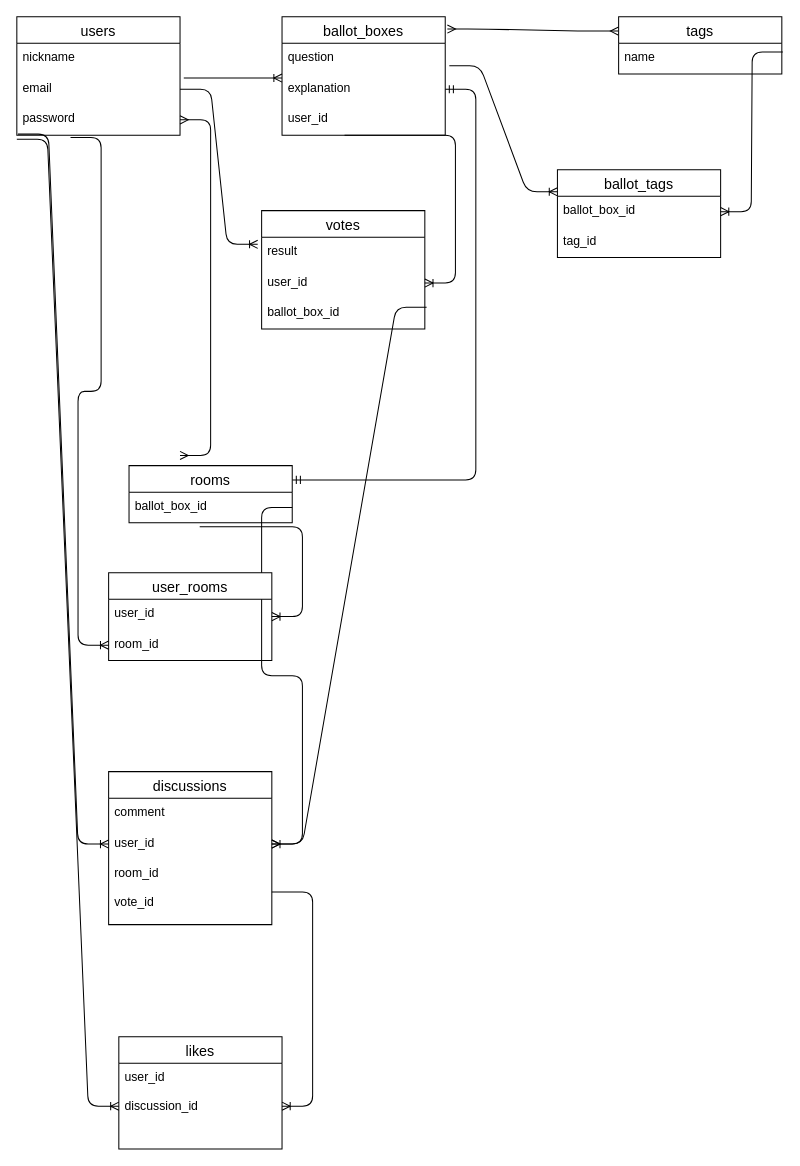
Above: ER.dio in wwwyo/proscons (draw.io), before the change. Source tidied: cells renumbered, new cells numbered last; positions are measured from the earlier drawing's top-left corner, leaving out a move shared by most shapes. Both pictures are drawn from the tidied source at 102%, with x=0, y=0 at pixel (16, 16).
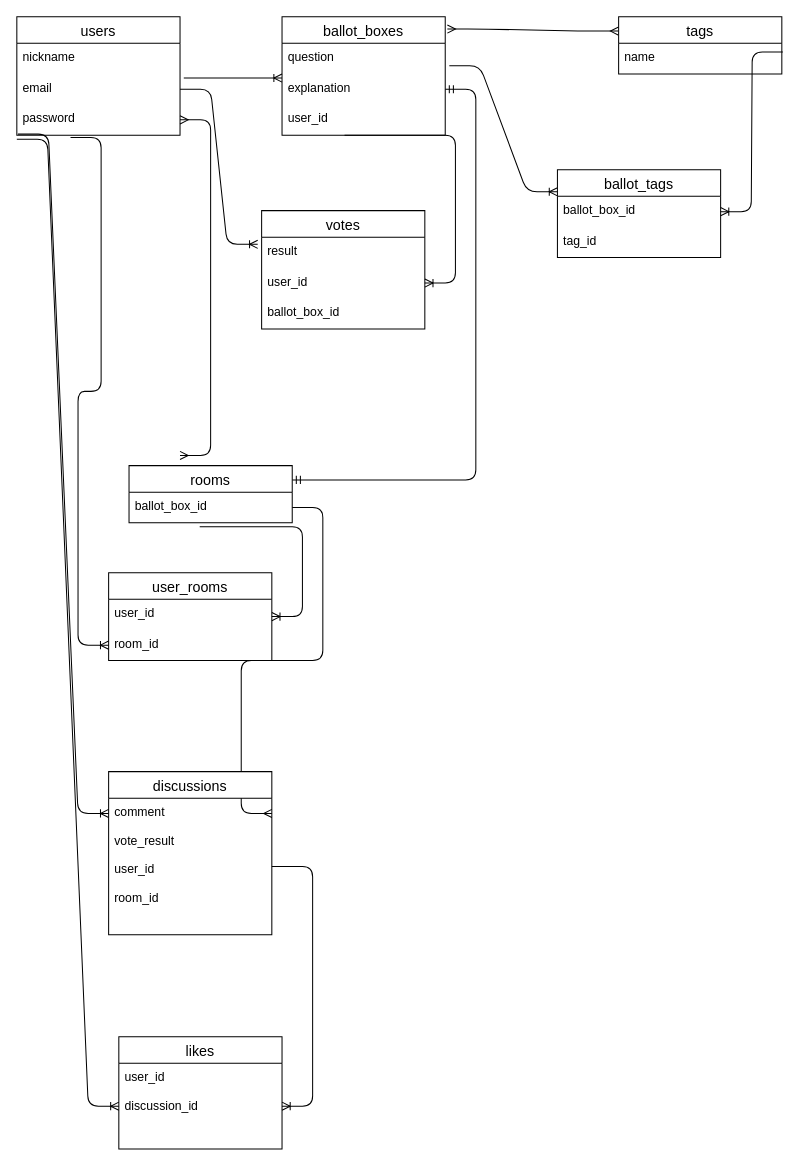
The same page after the edit.

Unchanged cells that the change refers to:
```xml
<mxCell id="27" value="ballot_box_id" style="text;strokeColor=none;fillColor=none;spacingLeft=4;spacingRight=4;overflow=hidden;points=[[0,0.5],[1,0.5]];portConstraint=eastwest;fontSize=12;" parent="26" vertex="1">
  <mxGeometry y="26" width="160" height="30" as="geometry" />
</mxCell>
<mxCell id="37" value="ballot_box_id" style="text;strokeColor=none;fillColor=none;spacingLeft=4;spacingRight=4;overflow=hidden;points=[[0,0.5],[1,0.5]];portConstraint=eastwest;fontSize=12;" parent="34" vertex="1">
  <mxGeometry y="86" width="160" height="30" as="geometry" />
</mxCell>
```

The edit, as a diff of the source:
```diff
@@
-    <mxCell id="22" style="edgeStyle=entityRelationEdgeStyle;fontSize=12;html=1;endArrow=ERmany;exitX=1;exitY=0.5;exitDx=0;exitDy=0;" parent="1" edge="1" source="27" target="40">
-      <mxGeometry relative="1" as="geometry" />
+    <mxCell id="22" style="edgeStyle=entityRelationEdgeStyle;fontSize=12;html=1;endArrow=ERmany;exitX=1;exitY=0.5;exitDx=0;exitDy=0;" parent="1" edge="1" source="27">
+      <mxGeometry relative="1" as="geometry">
+        <mxPoint x="250" y="781" as="targetPoint" />
+      </mxGeometry>
     </mxCell>
-    <mxCell id="23" style="edgeStyle=entityRelationEdgeStyle;fontSize=12;html=1;endArrow=ERoneToMany;entryX=0;entryY=0.5;entryDx=0;entryDy=0;" parent="1" edge="1" target="40">
+    <mxCell id="23" style="edgeStyle=entityRelationEdgeStyle;fontSize=12;html=1;endArrow=ERoneToMany;entryX=0;entryY=0.5;entryDx=0;entryDy=0;" parent="1" edge="1">
       <mxGeometry relative="1" as="geometry">
         <mxPoint x="1" y="115" as="sourcePoint" />
+        <mxPoint x="90" y="781" as="targetPoint" />
       </mxGeometry>
     </mxCell>
@@
     <mxCell id="38" value="discussions" style="swimlane;fontStyle=0;horizontal=1;startSize=26;align=center;fontSize=14;" parent="1" vertex="1">
-      <mxGeometry x="90" y="740" width="160" height="150" as="geometry" />
+      <mxGeometry x="90" y="740" width="160" height="160" as="geometry" />
     </mxCell>
-    <mxCell id="39" value="comment" style="text;strokeColor=none;fillColor=none;spacingLeft=4;spacingRight=4;overflow=hidden;fontSize=12;" parent="38" vertex="1">
-      <mxGeometry y="26" width="160" height="30" as="geometry" />
-    </mxCell>
-    <mxCell id="40" value="user_id" style="text;strokeColor=none;fillColor=none;spacingLeft=4;spacingRight=4;overflow=hidden;points=[[0,0.5],[1,0.5]];portConstraint=eastwest;fontSize=12;" parent="38" vertex="1">
-      <mxGeometry y="56" width="160" height="30" as="geometry" />
-    </mxCell>
-    <mxCell id="41" value="room_id&#10;&#10;vote_id" style="text;strokeColor=none;fillColor=none;spacingLeft=4;spacingRight=4;overflow=hidden;points=[[0,0.5],[1,0.5]];portConstraint=eastwest;fontSize=12;" parent="38" vertex="1">
-      <mxGeometry y="86" width="160" height="64" as="geometry" />
+    <mxCell id="41" value="comment&#10;&#10;vote_result&#10;&#10;user_id&#10;&#10;room_id" style="text;strokeColor=none;fillColor=none;spacingLeft=4;spacingRight=4;overflow=hidden;points=[[0,0.5],[1,0.5]];portConstraint=eastwest;fontSize=12;" parent="38" vertex="1">
+      <mxGeometry y="26" width="160" height="134" as="geometry" />
     </mxCell>
@@
-    <mxCell id="44" style="edgeStyle=entityRelationEdgeStyle;fontSize=12;html=1;endArrow=ERoneToMany;exitX=1.011;exitY=0.293;exitDx=0;exitDy=0;exitPerimeter=0;" parent="1" edge="1" source="37" target="40">
-      <mxGeometry relative="1" as="geometry" />
-    </mxCell>
```
